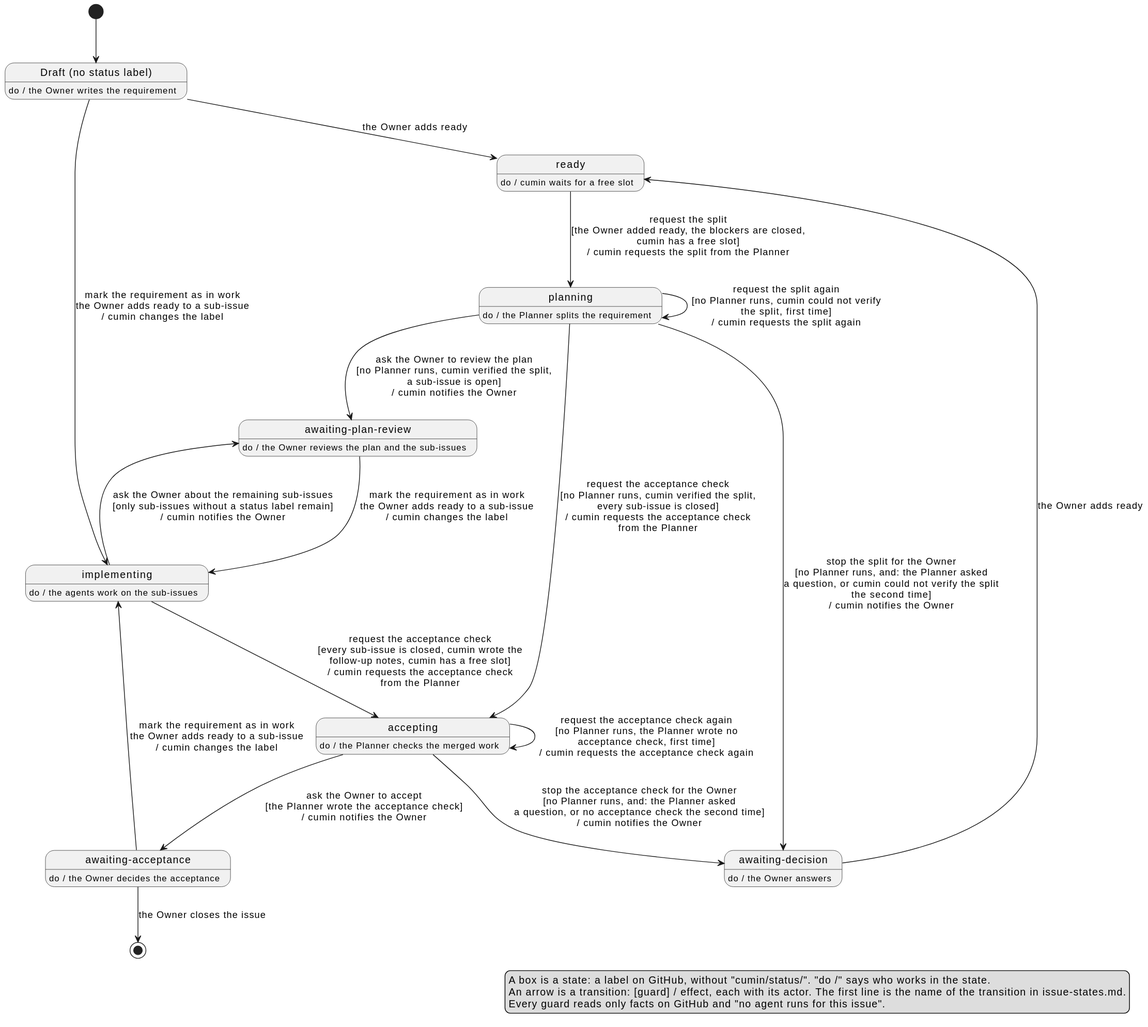
The PlantUML diagram docs/ja/requirements/workflow/requirement-issue-states.svg in cloveclovedev/cumin-works, before a commit.
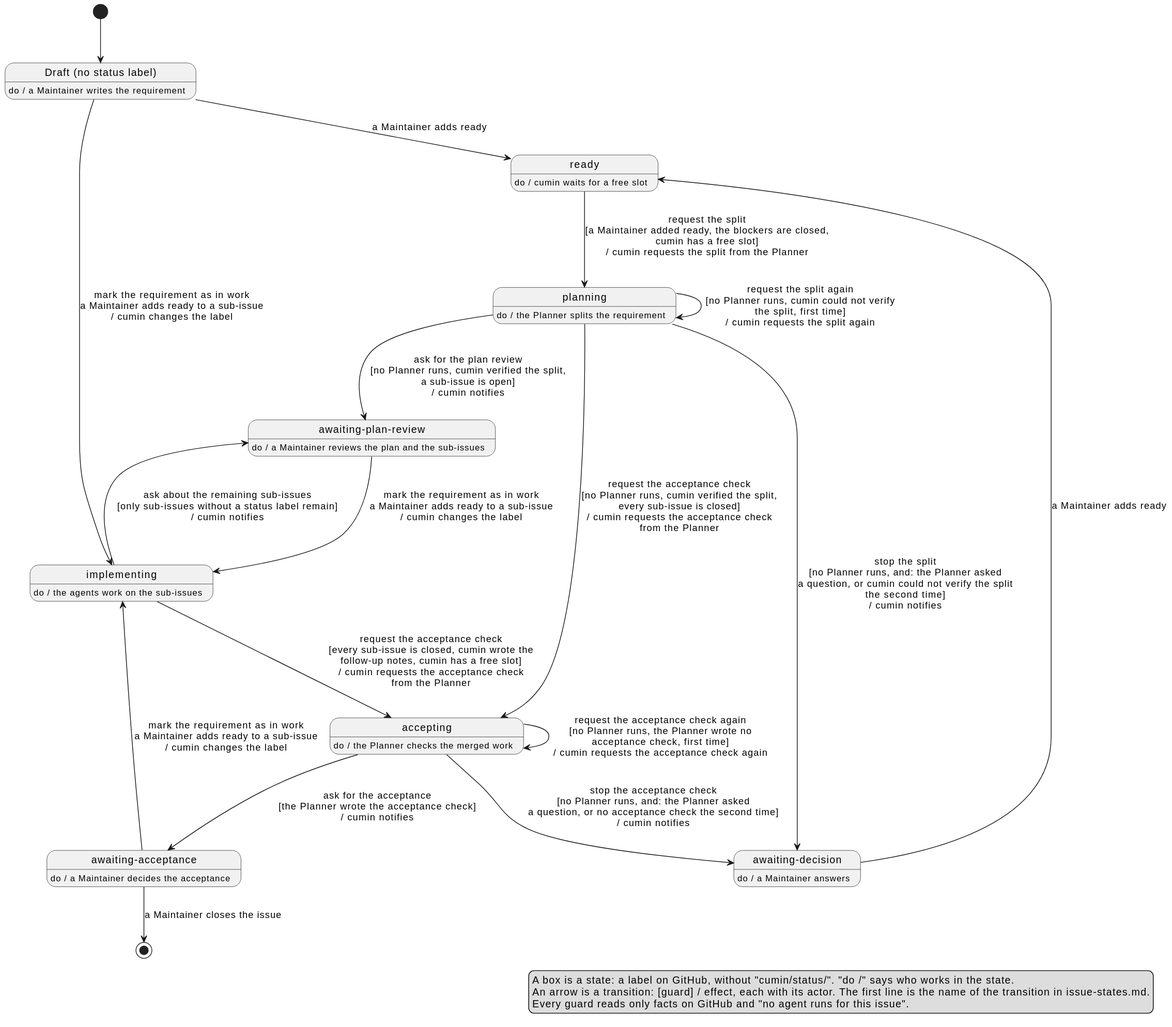
The same file after the commit.

Commit message:
docs(requirements): use the three names and the new transition names in the states of an issue (#585)

Diff of the diagram source:
```diff
@@ -3,7 +3,7 @@
 hide empty description
 
 state "Draft (no status label)" as Draft
-Draft : do / the Owner writes the requirement
+Draft : do / a Maintainer writes the requirement
 
 state "ready" as Ready
 Ready : do / cumin waits for a free slot
@@ -12,7 +12,7 @@
 Planning : do / the Planner splits the requirement
 
 state "awaiting-plan-review" as PlanReview
-PlanReview : do / the Owner reviews the plan and the sub-issues
+PlanReview : do / a Maintainer reviews the plan and the sub-issues
 
 state "implementing" as Implementing
 Implementing : do / the agents work on the sub-issues
@@ -21,28 +21,28 @@
 Accepting : do / the Planner checks the merged work
 
 state "awaiting-acceptance" as Acceptance
-Acceptance : do / the Owner decides the acceptance
+Acceptance : do / a Maintainer decides the acceptance
 
 state "awaiting-decision" as Decision
-Decision : do / the Owner answers
+Decision : do / a Maintainer answers
 
 [*] --> Draft
-Draft --> Ready : the Owner adds ready
-Draft --> Implementing : mark the requirement as in work\nthe Owner adds ready to a sub-issue\n/ cumin changes the label
-Ready --> Planning : request the split\n[the Owner added ready, the blockers are closed,\ncumin has a free slot]\n/ cumin requests the split from the Planner
-Planning --> PlanReview : ask the Owner to review the plan\n[no Planner runs, cumin verified the split,\na sub-issue is open]\n/ cumin notifies the Owner
+Draft --> Ready : a Maintainer adds ready
+Draft --> Implementing : mark the requirement as in work\na Maintainer adds ready to a sub-issue\n/ cumin changes the label
+Ready --> Planning : request the split\n[a Maintainer added ready, the blockers are closed,\ncumin has a free slot]\n/ cumin requests the split from the Planner
+Planning --> PlanReview : ask for the plan review\n[no Planner runs, cumin verified the split,\na sub-issue is open]\n/ cumin notifies
 Planning --> Accepting : request the acceptance check\n[no Planner runs, cumin verified the split,\nevery sub-issue is closed]\n/ cumin requests the acceptance check\nfrom the Planner
 Planning --> Planning : request the split again\n[no Planner runs, cumin could not verify\nthe split, first time]\n/ cumin requests the split again
-Planning --> Decision : stop the split for the Owner\n[no Planner runs, and: the Planner asked\na question, or cumin could not verify the split\nthe second time]\n/ cumin notifies the Owner
-PlanReview --> Implementing : mark the requirement as in work\nthe Owner adds ready to a sub-issue\n/ cumin changes the label
+Planning --> Decision : stop the split\n[no Planner runs, and: the Planner asked\na question, or cumin could not verify the split\nthe second time]\n/ cumin notifies
+PlanReview --> Implementing : mark the requirement as in work\na Maintainer adds ready to a sub-issue\n/ cumin changes the label
 Implementing --> Accepting : request the acceptance check\n[every sub-issue is closed, cumin wrote the\nfollow-up notes, cumin has a free slot]\n/ cumin requests the acceptance check\nfrom the Planner
-Implementing --> PlanReview : ask the Owner about the remaining sub-issues\n[only sub-issues without a status label remain]\n/ cumin notifies the Owner
-Accepting --> Acceptance : ask the Owner to accept\n[the Planner wrote the acceptance check]\n/ cumin notifies the Owner
+Implementing --> PlanReview : ask about the remaining sub-issues\n[only sub-issues without a status label remain]\n/ cumin notifies
+Accepting --> Acceptance : ask for the acceptance\n[the Planner wrote the acceptance check]\n/ cumin notifies
 Accepting --> Accepting : request the acceptance check again\n[no Planner runs, the Planner wrote no\nacceptance check, first time]\n/ cumin requests the acceptance check again
-Accepting --> Decision : stop the acceptance check for the Owner\n[no Planner runs, and: the Planner asked\na question, or no acceptance check the second time]\n/ cumin notifies the Owner
-Acceptance --> Implementing : mark the requirement as in work\nthe Owner adds ready to a sub-issue\n/ cumin changes the label
-Acceptance --> [*] : the Owner closes the issue
-Decision --> Ready : the Owner adds ready
+Accepting --> Decision : stop the acceptance check\n[no Planner runs, and: the Planner asked\na question, or no acceptance check the second time]\n/ cumin notifies
+Acceptance --> Implementing : mark the requirement as in work\na Maintainer adds ready to a sub-issue\n/ cumin changes the label
+Acceptance --> [*] : a Maintainer closes the issue
+Decision --> Ready : a Maintainer adds ready
 
 legend right
   A box is a state: a label on GitHub, without "cumin/status/". "do /" says who works in the state.
```
